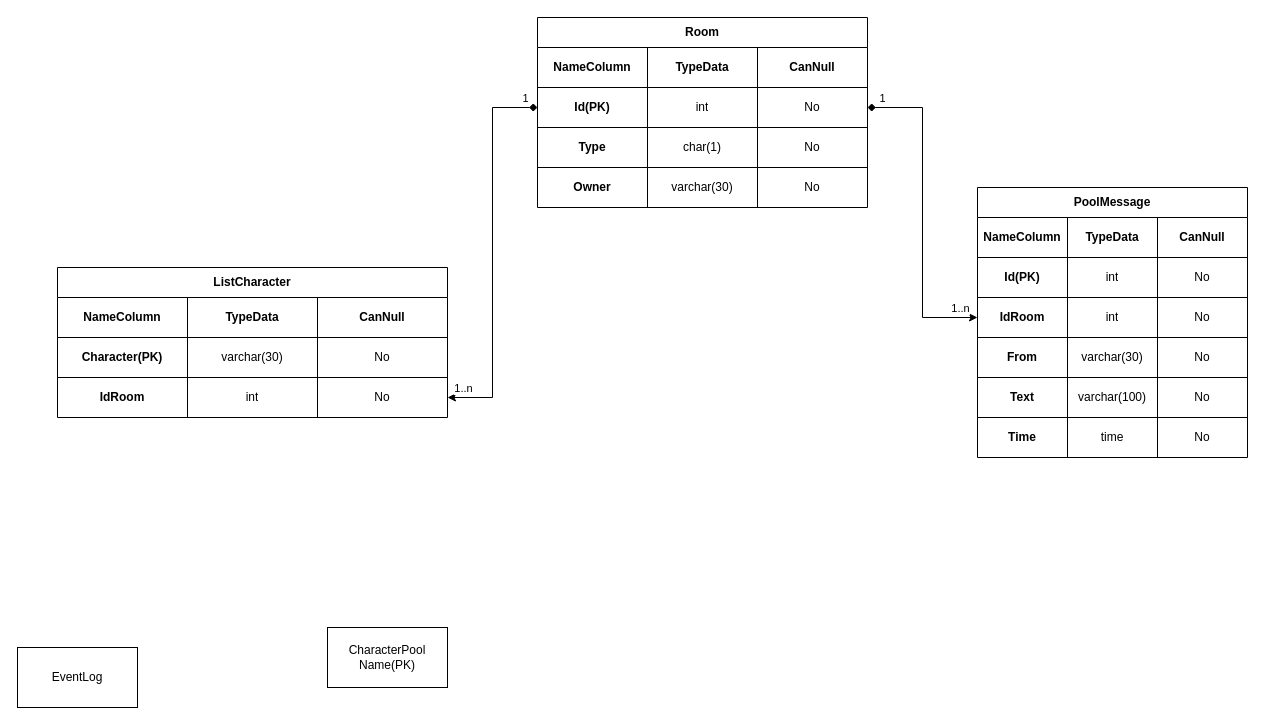
Earlier version of the draw.io diagram HelpData/DBChat.drawio (Falet/ChatApplication). Source tidied: cells renumbered, new cells numbered last; positions are measured from the earlier drawing's top-left corner, leaving out a move shared by most shapes. Both pictures are drawn from the tidied source at 100%, with x=0, y=0 at pixel (17, 17).
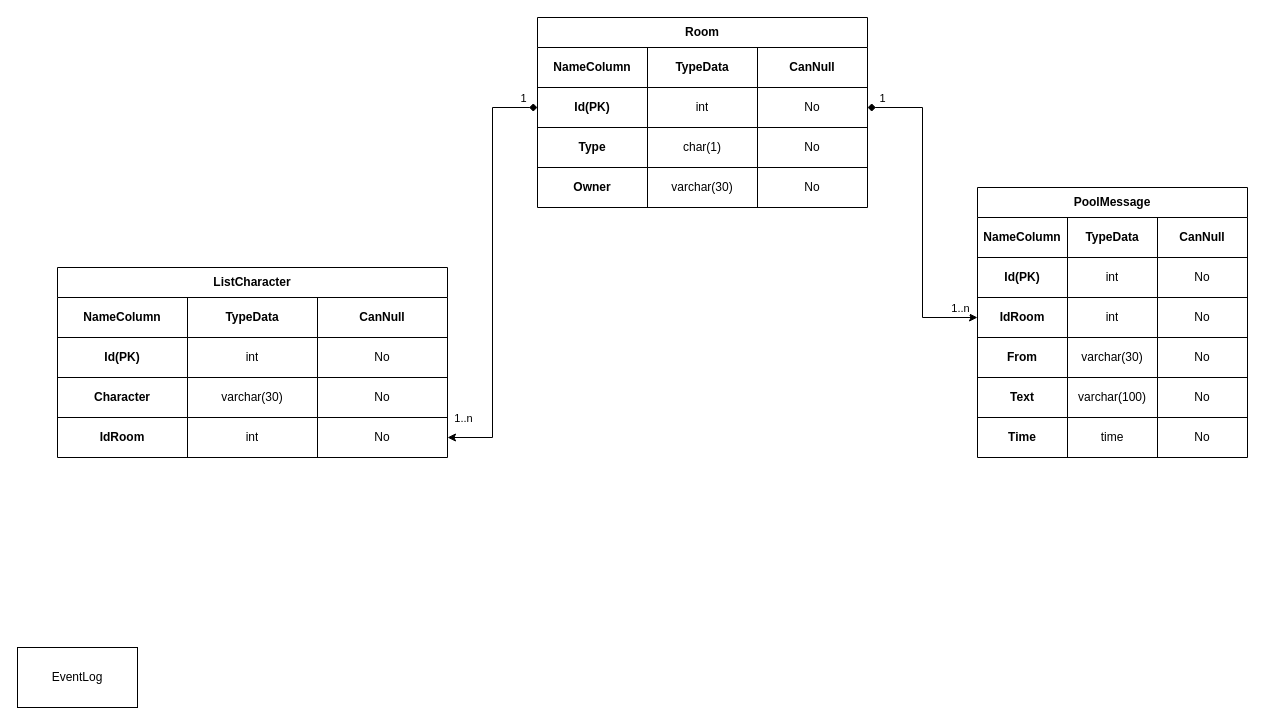
The same diagram, later.

The edit, as a diff of the source:
```diff
@@
     <mxCell id="44" value="ListCharacter" style="shape=table;html=1;whiteSpace=wrap;startSize=30;childLayout=tableLayout;fontStyle=1;align=center;" parent="1" vertex="1">
-      <mxGeometry x="40" y="250" width="390" height="150" as="geometry" />
+      <mxGeometry x="40" y="250" width="390" height="190" as="geometry" />
     </mxCell>
@@
+    <mxCell id="65" style="shape=partialRectangle;html=1;whiteSpace=wrap;fillColor=none;top=0;left=0;bottom=0;right=0;" parent="44" vertex="1">
+      <mxGeometry y="70" width="390" height="40" as="geometry" />
+    </mxCell>
+    <mxCell id="66" value="&lt;b&gt;Id(PK)&lt;/b&gt;" style="shape=partialRectangle;html=1;whiteSpace=wrap;fillColor=none;top=0;left=0;bottom=0;right=0;overflow=hidden;" parent="65" vertex="1">
+      <mxGeometry width="130" height="40" as="geometry" />
+    </mxCell>
+    <mxCell id="67" value="int" style="shape=partialRectangle;html=1;whiteSpace=wrap;fillColor=none;top=0;left=0;bottom=0;right=0;overflow=hidden;" parent="65" vertex="1">
+      <mxGeometry x="130" width="130" height="40" as="geometry" />
+    </mxCell>
+    <mxCell id="68" value="No" style="shape=partialRectangle;html=1;whiteSpace=wrap;fillColor=none;top=0;left=0;bottom=0;right=0;overflow=hidden;" parent="65" vertex="1">
+      <mxGeometry x="260" width="130" height="40" as="geometry" />
+    </mxCell>
     <mxCell id="49" style="shape=partialRectangle;html=1;whiteSpace=wrap;fillColor=none;top=0;left=0;bottom=0;right=0;" parent="44" vertex="1">
-      <mxGeometry y="70" width="390" height="40" as="geometry" />
+      <mxGeometry y="110" width="390" height="40" as="geometry" />
     </mxCell>
-    <mxCell id="50" value="&lt;b&gt;Character(PK)&lt;/b&gt;" style="shape=partialRectangle;html=1;whiteSpace=wrap;fillColor=none;top=0;left=0;bottom=0;right=0;overflow=hidden;" parent="49" vertex="1">
+    <mxCell id="50" value="&lt;b&gt;Character&lt;br&gt;&lt;/b&gt;" style="shape=partialRectangle;html=1;whiteSpace=wrap;fillColor=none;top=0;left=0;bottom=0;right=0;overflow=hidden;" parent="49" vertex="1">
       <mxGeometry width="130" height="40" as="geometry" />
     </mxCell>
@@
     <mxCell id="53" style="shape=partialRectangle;html=1;whiteSpace=wrap;fillColor=none;top=0;left=0;bottom=0;right=0;points=[[0,0.5],[1,0.5]];portConstraint=eastwest;" parent="44" vertex="1">
-      <mxGeometry y="110" width="390" height="40" as="geometry" />
+      <mxGeometry y="150" width="390" height="40" as="geometry" />
     </mxCell>
@@
-    <mxCell id="64" value="CharacterPool&lt;br&gt;Name(PK)" style="rounded=0;whiteSpace=wrap;html=1;" parent="1" vertex="1">
-      <mxGeometry x="310" y="610" width="120" height="60" as="geometry" />
-    </mxCell>
```
